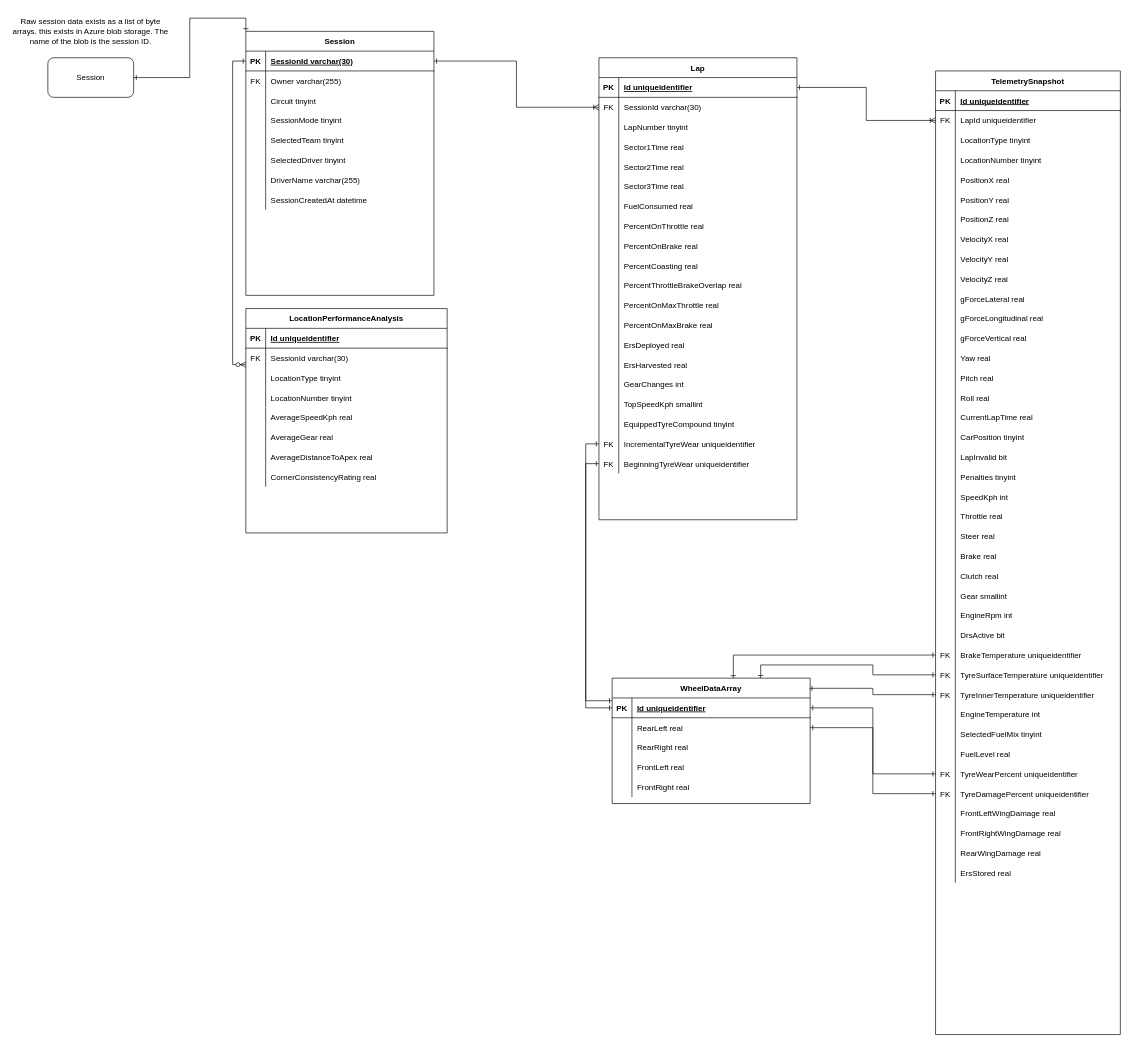
TimHanewich/ApexVisual.F1_2020 keeps this draw.io diagram as page "Sessions" (1 of 2) of Cloud Storage Maps/ApexVisualSqlErd.drawio. Above is the earlier version. Source tidied: cells renumbered, new cells numbered last; positions are measured from the earlier drawing's top-left corner, leaving out a move shared by most shapes. Both pictures are drawn from the tidied source at 66%, with x=0, y=0 at pixel (11, 11).
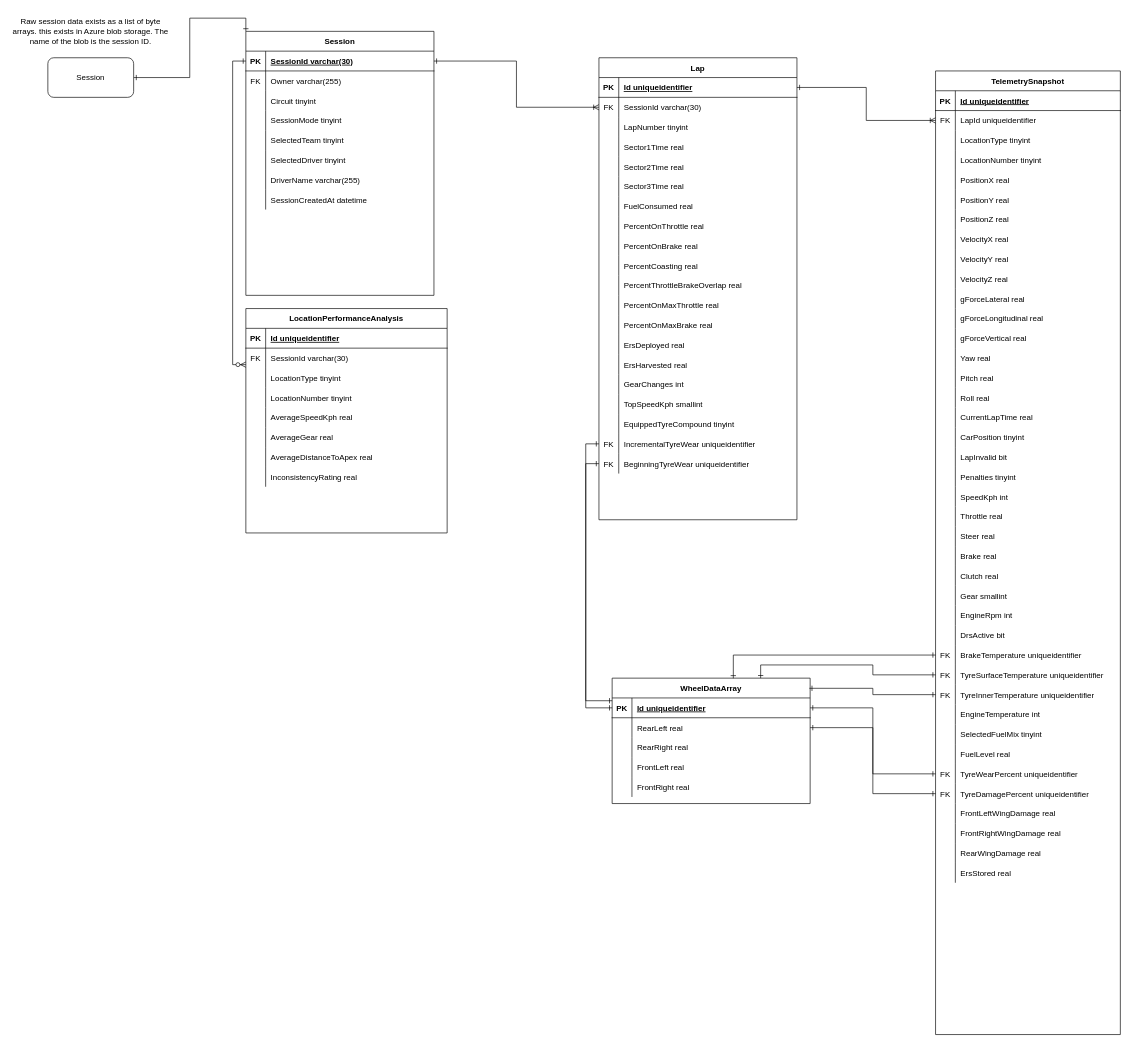
The same diagram, later.

Commit message (it also covers changes not shown here):
Renamed corner consistency rating to InconsistencyRating and started UploadLocationPerformanceAnalysis method

Unchanged cells that the change refers to:
```xml
<mxCell id="173" style="shape=partialRectangle;fillColor=none;top=0;left=0;bottom=0;right=0;" parent="151" vertex="1">
  <mxGeometry y="240" width="305" height="30" as="geometry" />
</mxCell>
```

Diff of the diagram source:
```diff
@@
-    <mxCell id="175" value="CornerConsistencyRating real" style="shape=partialRectangle;fillColor=none;top=0;left=0;bottom=0;right=0;align=left;spacingLeft=6;overflow=hidden;" parent="173" vertex="1">
+    <mxCell id="175" value="InconsistencyRating real" style="shape=partialRectangle;fillColor=none;top=0;left=0;bottom=0;right=0;align=left;spacingLeft=6;overflow=hidden;" parent="173" vertex="1">
       <mxGeometry x="30" width="275" height="30" as="geometry" />
     </mxCell>
```
